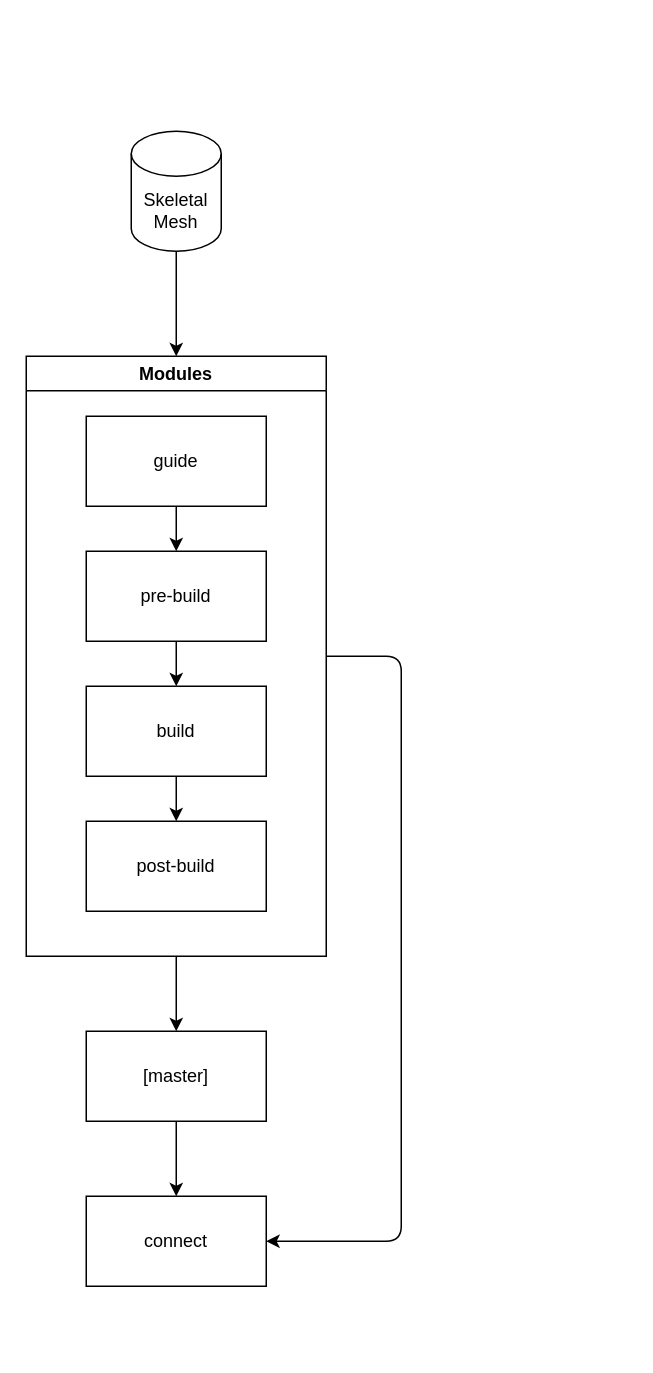
Earlier version of the draw.io diagram docs/workflow.drawio (LEESANGTAK/ironRig). Source tidied: cells renumbered, new cells numbered last; positions are measured from the earlier drawing's top-left corner, leaving out a move shared by most shapes. Both pictures are drawn from the tidied source at 150%, with x=0, y=0 at pixel (26, 130).
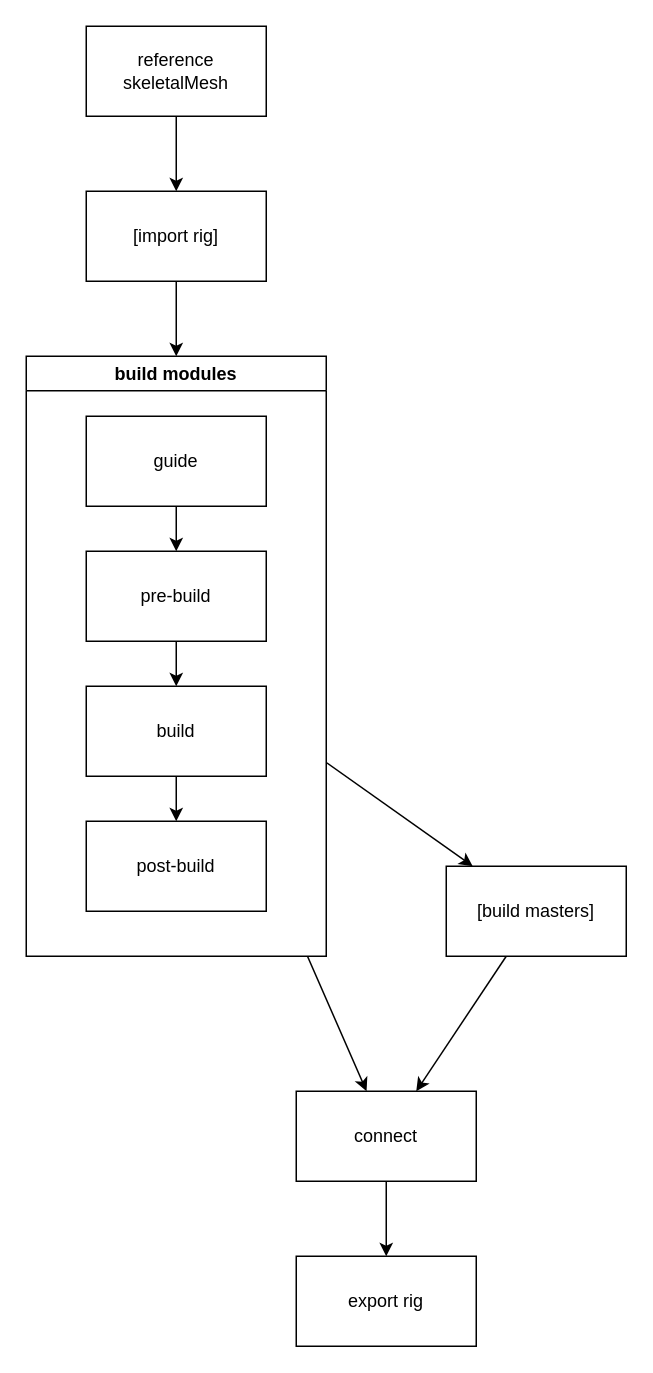
After the change.

Diff of the diagram source:
```diff
@@
-    <mxCell id="2" style="edgeStyle=none;html=1;" parent="1" edge="1" source="3" target="8">
-      <mxGeometry relative="1" as="geometry" />
-    </mxCell>
-    <mxCell id="3" value="Skeletal Mesh" style="shape=cylinder3;whiteSpace=wrap;html=1;boundedLbl=1;backgroundOutline=1;size=15;" parent="1" vertex="1">
-      <mxGeometry x="70" width="60" height="80" as="geometry" />
-    </mxCell>
@@
-    <mxCell id="5" value="[master]" style="rounded=0;whiteSpace=wrap;html=1;" parent="1" vertex="1">
-      <mxGeometry x="40" y="600" width="120" height="60" as="geometry" />
+    <mxCell id="5" value="[build masters]" style="rounded=0;whiteSpace=wrap;html=1;" parent="1" vertex="1">
+      <mxGeometry x="280" y="490" width="120" height="60" as="geometry" />
     </mxCell>
@@
     <mxCell id="7" style="edgeStyle=none;html=1;" parent="1" edge="1" source="8" target="16">
-      <mxGeometry relative="1" as="geometry">
-        <Array as="points">
-          <mxPoint x="250" y="350" />
-          <mxPoint x="250" y="740" />
-        </Array>
-      </mxGeometry>
+      <mxGeometry relative="1" as="geometry" />
     </mxCell>
-    <mxCell id="8" value="Modules" style="swimlane;whiteSpace=wrap;html=1;" parent="1" vertex="1">
+    <mxCell id="8" value="build modules" style="swimlane;whiteSpace=wrap;html=1;" parent="1" vertex="1">
       <mxGeometry y="150" width="200" height="400" as="geometry" />
     </mxCell>
@@
+    <mxCell id="17" style="edgeStyle=none;html=1;" parent="1" edge="1" source="16" target="18">
+      <mxGeometry relative="1" as="geometry" />
+    </mxCell>
     <mxCell id="16" value="connect" style="rounded=0;whiteSpace=wrap;html=1;" parent="1" vertex="1">
-      <mxGeometry x="40" y="710" width="120" height="60" as="geometry" />
+      <mxGeometry x="180" y="640" width="120" height="60" as="geometry" />
     </mxCell>
+    <mxCell id="18" value="export rig" style="rounded=0;whiteSpace=wrap;html=1;" parent="1" vertex="1">
+      <mxGeometry x="180" y="750" width="120" height="60" as="geometry" />
+    </mxCell>
+    <mxCell id="19" style="edgeStyle=none;html=1;" parent="1" edge="1" source="20" target="8">
+      <mxGeometry relative="1" as="geometry" />
+    </mxCell>
+    <mxCell id="20" value="[import rig]" style="rounded=0;whiteSpace=wrap;html=1;" parent="1" vertex="1">
+      <mxGeometry x="40" y="40" width="120" height="60" as="geometry" />
+    </mxCell>
+    <mxCell id="21" style="edgeStyle=none;html=1;endArrow=classic;endFill=1;" parent="1" edge="1" source="22" target="20">
+      <mxGeometry relative="1" as="geometry">
+        <Array as="points">
+          <mxPoint x="100" y="10" />
+        </Array>
+      </mxGeometry>
+    </mxCell>
+    <mxCell id="22" value="reference skeletalMesh" style="rounded=0;whiteSpace=wrap;html=1;" parent="1" vertex="1">
+      <mxGeometry x="40" y="-70" width="120" height="60" as="geometry" />
+    </mxCell>
```
